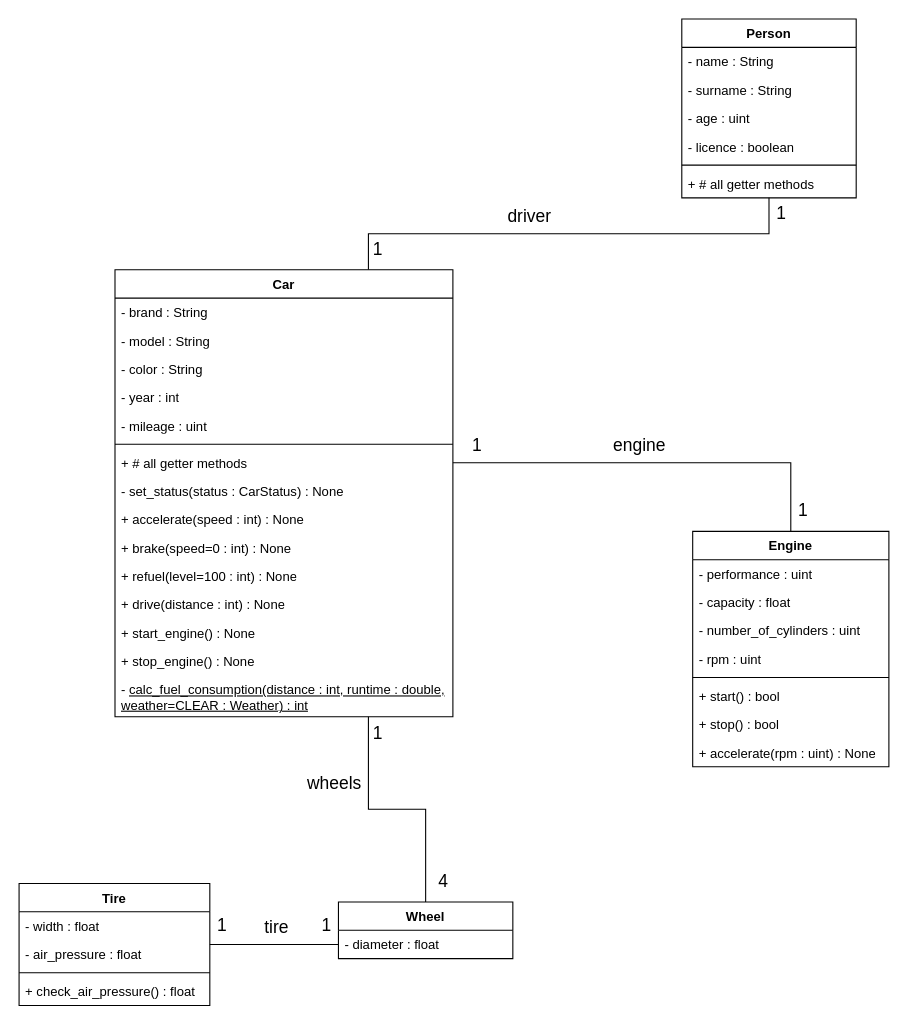
Above: OOP-WS_UML Auto_v001.drawio in slangner-tum/WS-OOP (draw.io), before the change. Source tidied: cells renumbered, new cells numbered last; positions are measured from the earlier drawing's top-left corner, leaving out a move shared by most shapes. Both pictures are drawn from the tidied source at 109%, with x=0, y=0 at pixel (19, 19).
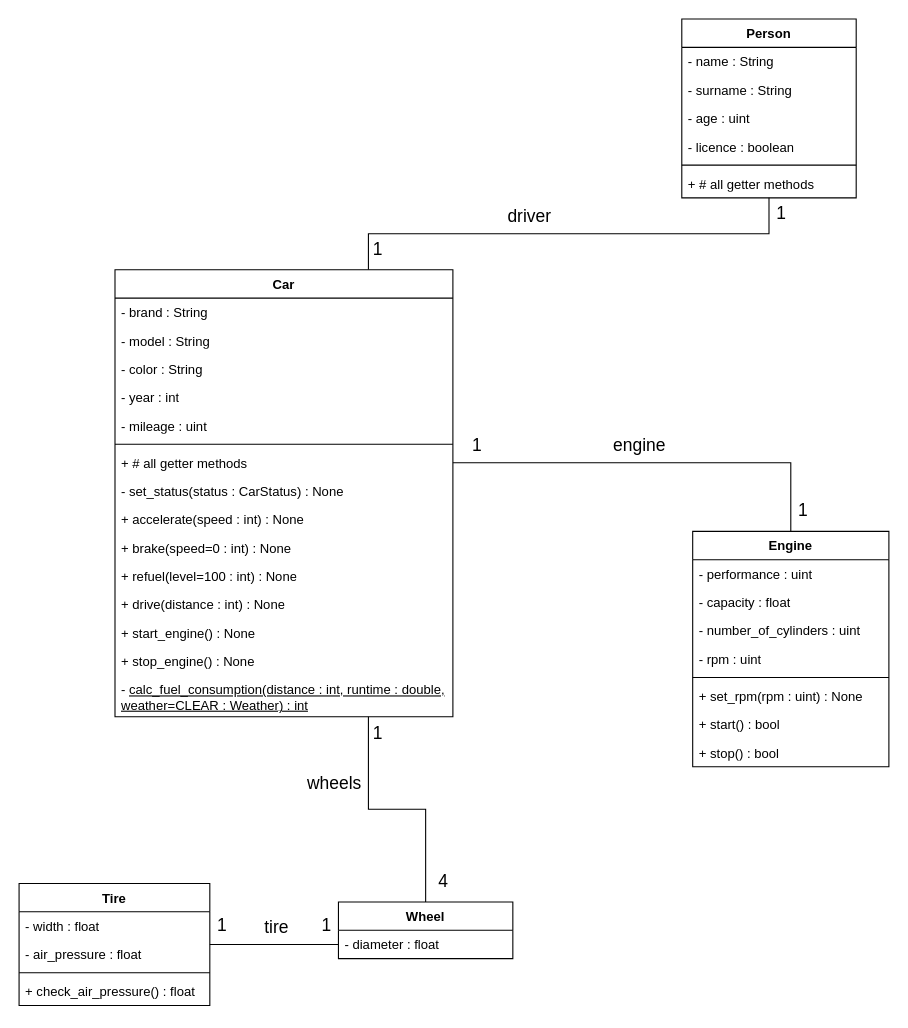
The same diagram, later.

Commit message (it also covers changes not shown here):
v001 of UML diagramm

Unchanged cells that the change refers to:
```xml
<mxCell id="33" value="Engine" style="swimlane;fontStyle=1;align=center;verticalAlign=top;horizontal=1;startSize=26;whiteSpace=wrap;html=1;" parent="1" vertex="1">
  <mxGeometry x="618" y="470" width="180" height="216" as="geometry" />
</mxCell>
```

Change to the diagram source:
```diff
@@
+    <mxCell id="41" value="+ set_rpm(rpm : uint) : None" style="text;strokeColor=none;fillColor=none;align=left;verticalAlign=top;spacingLeft=4;spacingRight=4;overflow=hidden;whiteSpace=wrap;html=1;" parent="33" vertex="1">
+      <mxGeometry y="138" width="180" height="26" as="geometry" />
+    </mxCell>
     <mxCell id="39" value="+ start() : bool" style="text;strokeColor=none;fillColor=none;align=left;verticalAlign=top;spacingLeft=4;spacingRight=4;overflow=hidden;whiteSpace=wrap;html=1;" parent="33" vertex="1">
-      <mxGeometry y="138" width="180" height="26" as="geometry" />
+      <mxGeometry y="164" width="180" height="26" as="geometry" />
     </mxCell>
     <mxCell id="40" value="+ stop() : bool" style="text;strokeColor=none;fillColor=none;align=left;verticalAlign=top;spacingLeft=4;spacingRight=4;overflow=hidden;whiteSpace=wrap;html=1;" parent="33" vertex="1">
-      <mxGeometry y="164" width="180" height="26" as="geometry" />
+      <mxGeometry y="190" width="180" height="26" as="geometry" />
     </mxCell>
-    <mxCell id="41" value="+ accelerate(rpm : uint) : None" style="text;strokeColor=none;fillColor=none;align=left;verticalAlign=top;spacingLeft=4;spacingRight=4;overflow=hidden;whiteSpace=wrap;html=1;" parent="33" vertex="1">
-      <mxGeometry y="190" width="180" height="26" as="geometry" />
-    </mxCell>
```
